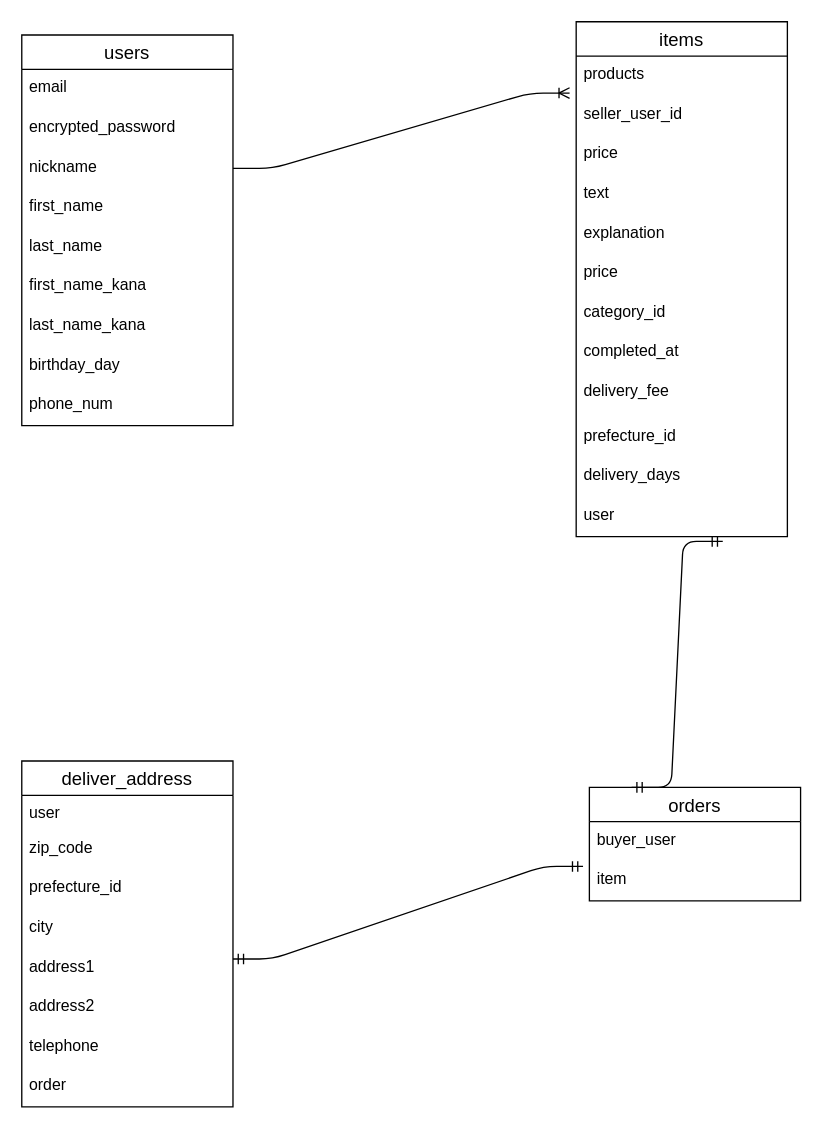
Earlier version of the draw.io diagram test.dio (820sayama/furima-37106). Source tidied: cells renumbered, new cells numbered last; positions are measured from the earlier drawing's top-left corner, leaving out a move shared by most shapes. Both pictures are drawn from the tidied source at 132%, with x=0, y=0 at pixel (21, 21).
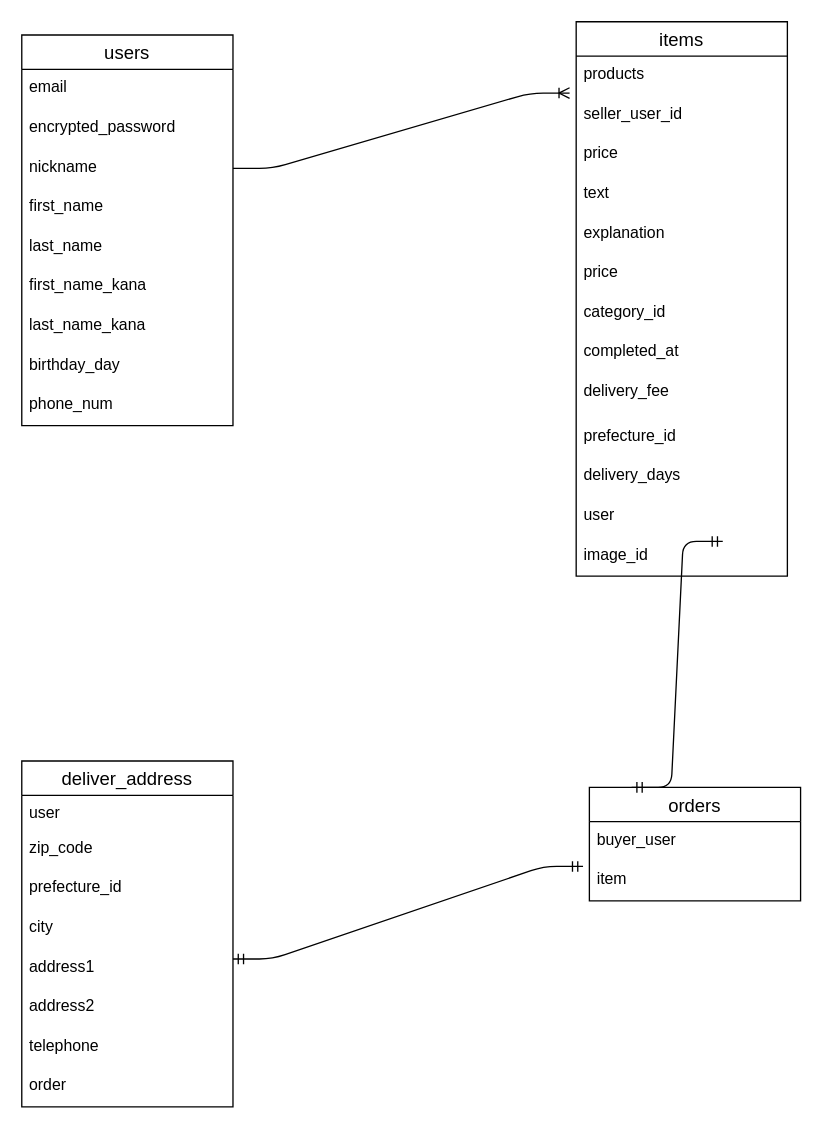
The same page after the edit.

Change to the diagram source:
```diff
@@
     <mxCell id="12" value="items" style="swimlane;fontStyle=0;horizontal=1;startSize=26;align=center;fontSize=14;" parent="1" vertex="1">
-      <mxGeometry x="420" width="160" height="390" as="geometry" />
+      <mxGeometry x="420" width="160" height="420" as="geometry" />
     </mxCell>
@@
+    <mxCell id="40" value="image_id " style="text;strokeColor=none;fillColor=none;spacingLeft=4;spacingRight=4;overflow=hidden;fontSize=12;" parent="12" vertex="1">
+      <mxGeometry y="390" width="160" height="30" as="geometry" />
+    </mxCell>
```
